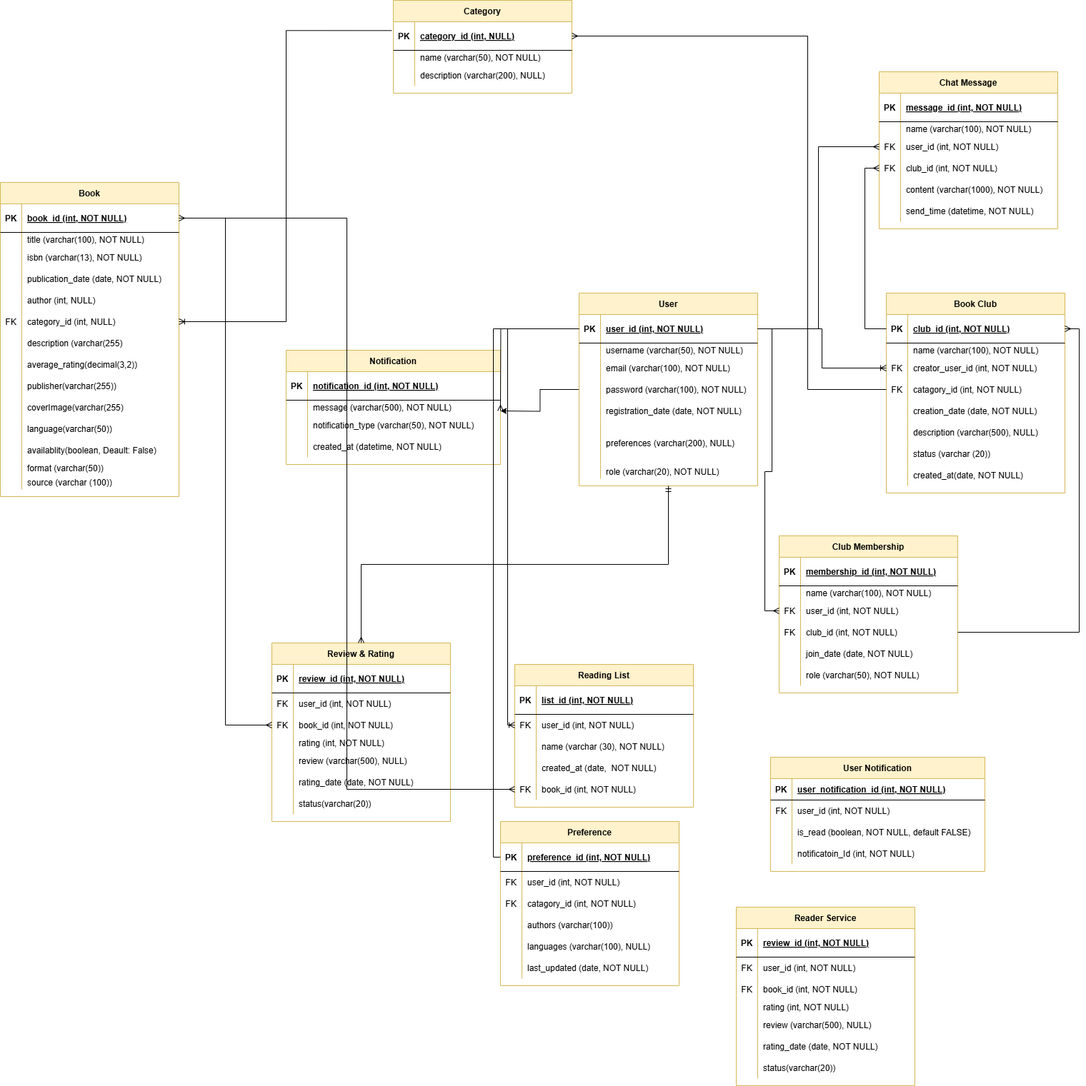
This is New folder/Untitled Diagram.drawio.png from Kkgenkai/Draw.io, a draw.io export, as it was before one commit. Source tidied: cells renumbered, new cells last; positions are measured from the earlier drawing's top-left corner, leaving out a move shared by most shapes.
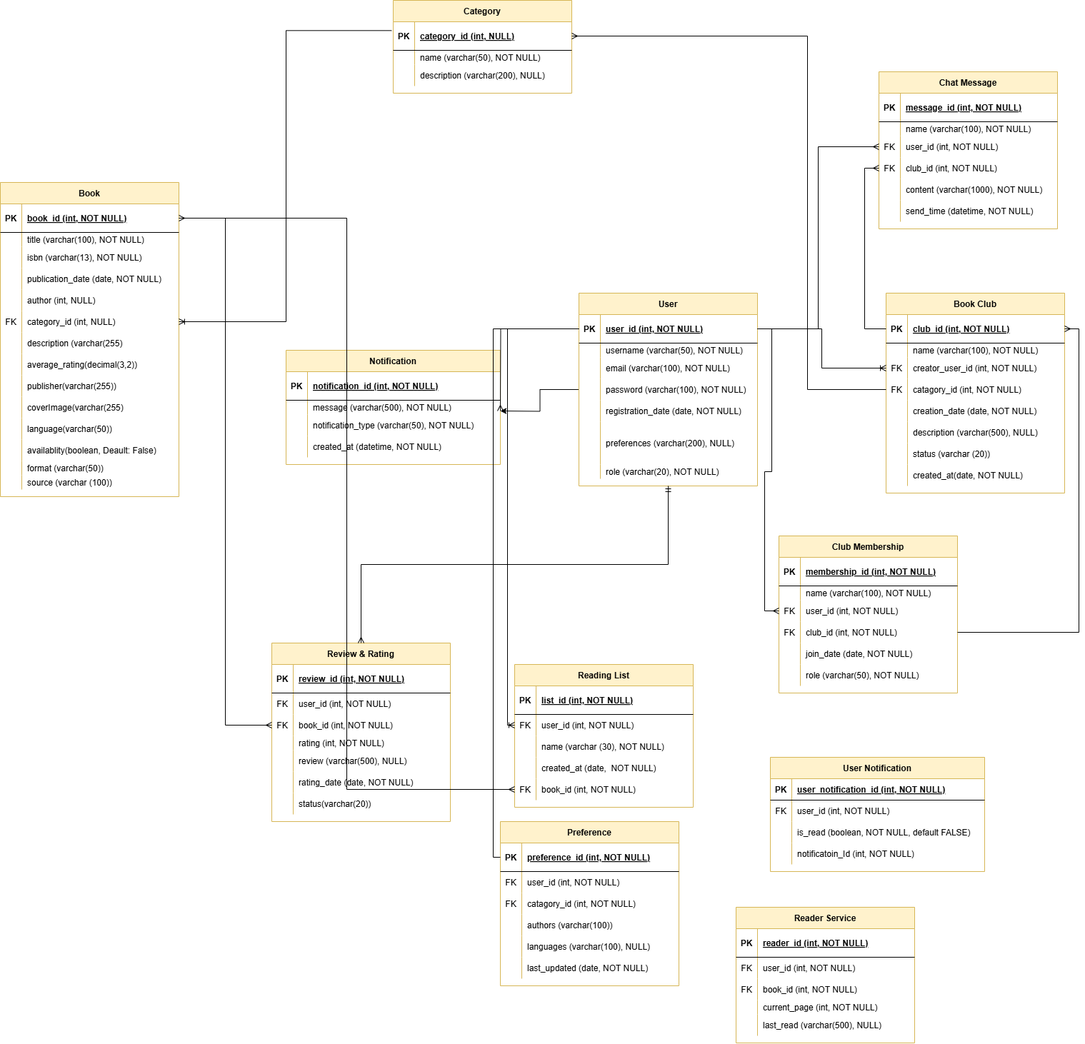
Above is the later version.

Diff of the diagram source:
```diff
@@ -717,7 +717,7 @@
       <mxGeometry x="30" width="270" height="30" as="geometry" />
     </mxCell>
     <mxCell id="237" value="Reader Service" style="shape=table;startSize=30;rowLines=0;fontStyle=1;align=center;fillColor=#fff2cc;strokeColor=#d6b656;" parent="1" vertex="1">
-      <mxGeometry x="1030" y="1270" width="250" height="250" as="geometry" />
+      <mxGeometry x="1030" y="1270" width="250" height="190" as="geometry" />
     </mxCell>
     <mxCell id="238" style="shape=partialRectangle;fillColor=none;top=0;left=0;right=0;bottom=1;" parent="237" vertex="1">
       <mxGeometry y="30" width="250" height="40" as="geometry" />
@@ -725,7 +725,7 @@
     <mxCell id="239" value="PK" style="shape=partialRectangle;overflow=hidden;fillColor=none;top=0;left=0;bottom=0;right=0;fontStyle=1;" parent="238" vertex="1">
       <mxGeometry width="30" height="40" as="geometry" />
     </mxCell>
-    <mxCell id="240" value="review_id (int, NOT NULL)" style="shape=partialRectangle;overflow=hidden;fillColor=none;top=0;left=0;bottom=0;right=0;align=left;spacingLeft=6;fontStyle=5;" parent="238" vertex="1">
+    <mxCell id="240" value="reader_id (int, NOT NULL)" style="shape=partialRectangle;overflow=hidden;fillColor=none;top=0;left=0;bottom=0;right=0;align=left;spacingLeft=6;fontStyle=5;" parent="238" vertex="1">
       <mxGeometry x="30" width="220" height="40" as="geometry" />
     </mxCell>
     <mxCell id="241" style="shape=partialRectangle;fillColor=none;top=0;left=0;right=0;bottom=0;" parent="237" vertex="1">
@@ -752,7 +752,7 @@
     <mxCell id="248" style="shape=partialRectangle;overflow=hidden;fillColor=none;top=0;left=0;bottom=0;right=0;" parent="247" vertex="1">
       <mxGeometry width="30" height="20" as="geometry" />
     </mxCell>
-    <mxCell id="249" value="rating (int, NOT NULL) " style="shape=partialRectangle;overflow=hidden;fillColor=none;top=0;left=0;bottom=0;right=0;align=left;spacingLeft=6;" parent="247" vertex="1">
+    <mxCell id="249" value="current_page (int, NOT NULL) " style="shape=partialRectangle;overflow=hidden;fillColor=none;top=0;left=0;bottom=0;right=0;align=left;spacingLeft=6;" parent="247" vertex="1">
       <mxGeometry x="30" width="220" height="20" as="geometry" />
     </mxCell>
     <mxCell id="250" style="shape=partialRectangle;fillColor=none;top=0;left=0;right=0;bottom=0;" parent="237" vertex="1">
@@ -761,26 +761,8 @@
     <mxCell id="251" style="shape=partialRectangle;overflow=hidden;fillColor=none;top=0;left=0;bottom=0;right=0;" parent="250" vertex="1">
       <mxGeometry width="30" height="30" as="geometry" />
     </mxCell>
-    <mxCell id="252" value="review (varchar(500), NULL)" style="shape=partialRectangle;overflow=hidden;fillColor=none;top=0;left=0;bottom=0;right=0;align=left;spacingLeft=6;" parent="250" vertex="1">
+    <mxCell id="252" value="last_read (varchar(500), NULL)" style="shape=partialRectangle;overflow=hidden;fillColor=none;top=0;left=0;bottom=0;right=0;align=left;spacingLeft=6;" parent="250" vertex="1">
       <mxGeometry x="30" width="220" height="30" as="geometry" />
     </mxCell>
-    <mxCell id="253" style="shape=partialRectangle;fillColor=none;top=0;left=0;right=0;bottom=0;" parent="237" vertex="1">
-      <mxGeometry y="180" width="250" height="30" as="geometry" />
-    </mxCell>
-    <mxCell id="254" style="shape=partialRectangle;overflow=hidden;fillColor=none;top=0;left=0;bottom=0;right=0;" parent="253" vertex="1">
-      <mxGeometry width="30" height="30" as="geometry" />
-    </mxCell>
-    <mxCell id="255" value="rating_date (date, NOT NULL)" style="shape=partialRectangle;overflow=hidden;fillColor=none;top=0;left=0;bottom=0;right=0;align=left;spacingLeft=6;" parent="253" vertex="1">
-      <mxGeometry x="30" width="220" height="30" as="geometry" />
-    </mxCell>
-    <mxCell id="256" style="shape=partialRectangle;fillColor=none;top=0;left=0;right=0;bottom=0;" parent="237" vertex="1">
-      <mxGeometry y="210" width="250" height="30" as="geometry" />
-    </mxCell>
-    <mxCell id="257" style="shape=partialRectangle;overflow=hidden;fillColor=none;top=0;left=0;bottom=0;right=0;" parent="256" vertex="1">
-      <mxGeometry width="30" height="30" as="geometry" />
-    </mxCell>
-    <mxCell id="258" value="status(varchar(20))" style="shape=partialRectangle;overflow=hidden;fillColor=none;top=0;left=0;bottom=0;right=0;align=left;spacingLeft=6;" parent="256" vertex="1">
-      <mxGeometry x="30" width="220" height="30" as="geometry" />
-    </mxCell>
   </root>
 </mxGraphModel>
```
